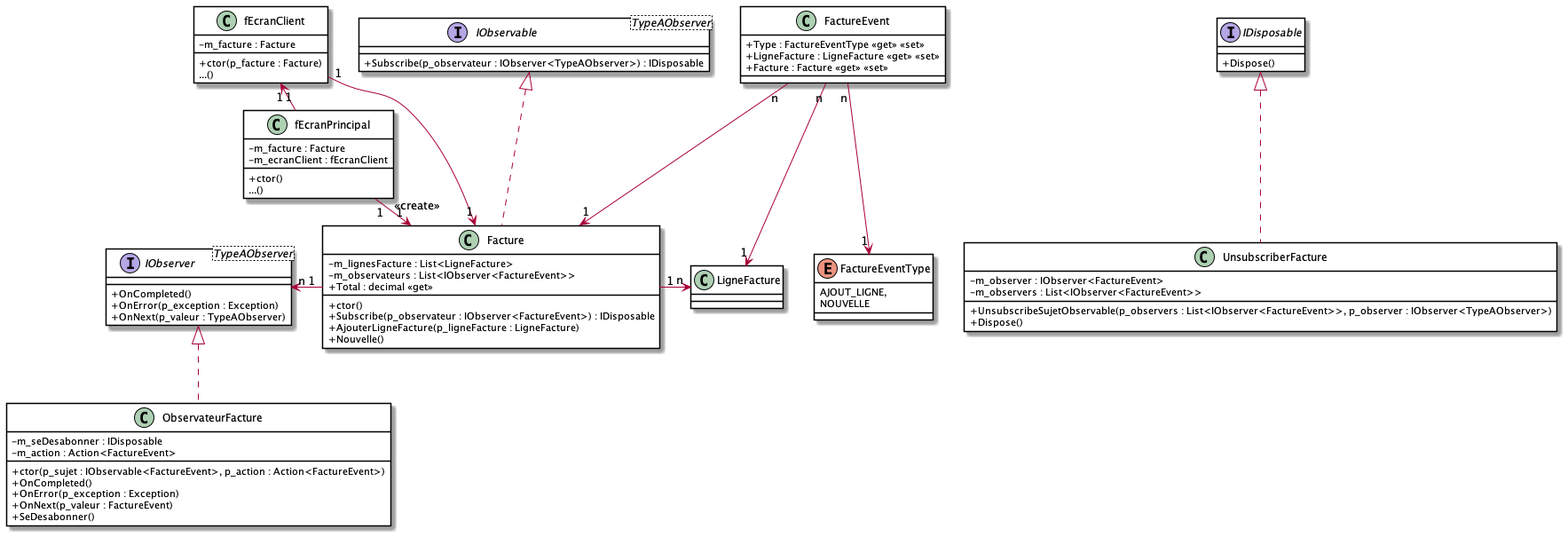
This is images/Module10_Patrons_Conception02/diag/DiagFactureGen/DiagAppFactureGen.png from PiFou86/420-W30-SF, a PlantUML export, as it was before one commit.
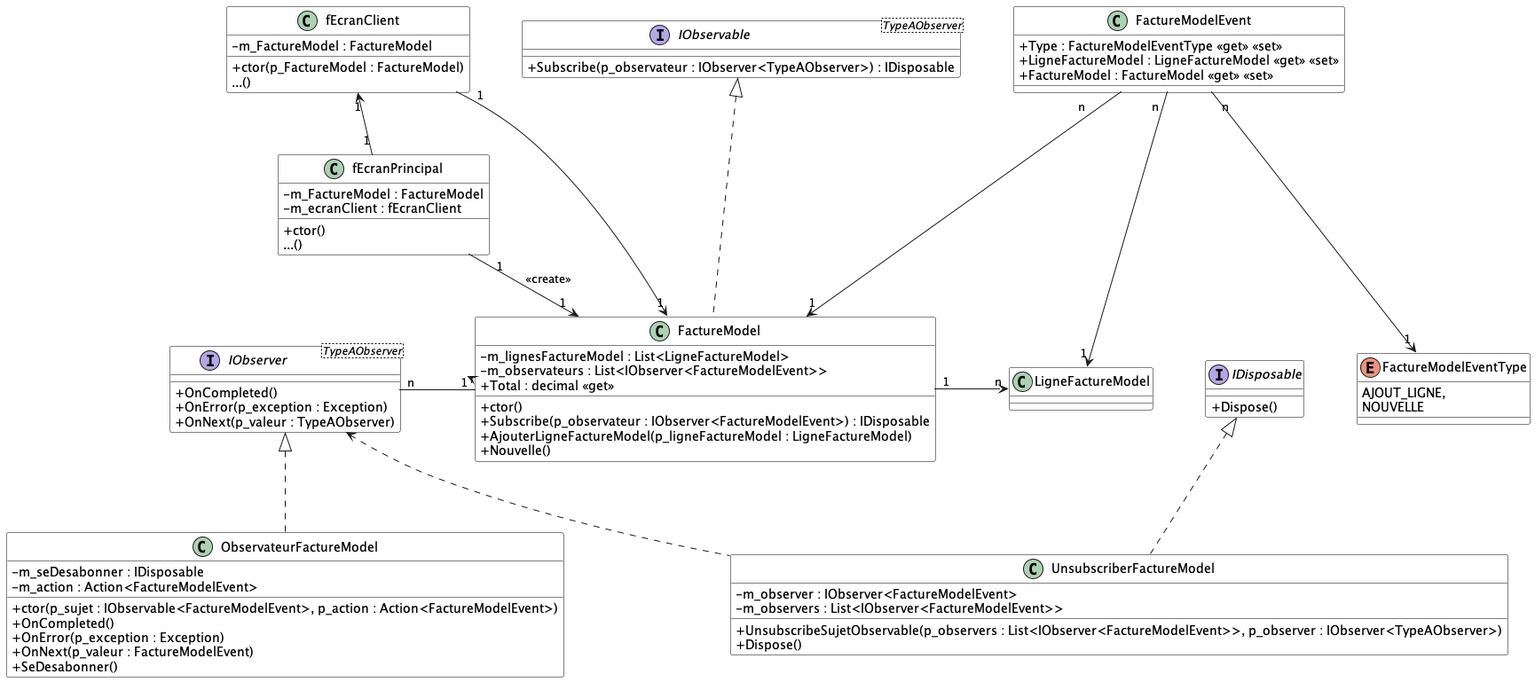
Above is the later version.

Commit message:
MAJ des rendus des images

Diff of the diagram source:
```diff
@@ -20,72 +20,73 @@
     + OnNext(p_valeur : TypeAObserver)
 }
 
-class Facture {
-    - m_lignesFacture : List<LigneFacture>
-    - m_observateurs : List<IObserver<FactureEvent>>
+class FactureModel {
+    - m_lignesFactureModel : List<LigneFactureModel>
+    - m_observateurs : List<IObserver<FactureModelEvent>>
     + Total : decimal <<get>>
     + ctor()
-    + Subscribe(p_observateur : IObserver<FactureEvent>) : IDisposable
-    + AjouterLigneFacture(p_ligneFacture : LigneFacture)
+    + Subscribe(p_observateur : IObserver<FactureModelEvent>) : IDisposable
+    + AjouterLigneFactureModel(p_ligneFactureModel : LigneFactureModel)
     + Nouvelle()
 }
 
 class fEcranPrincipal {
-    - m_facture : Facture
+    - m_FactureModel : FactureModel
     - m_ecranClient : fEcranClient
     + ctor()
     ...()
 }
 
 class fEcranClient {
-    - m_facture : Facture
-    + ctor(p_facture : Facture)
+    - m_FactureModel : FactureModel
+    + ctor(p_FactureModel : FactureModel)
     ...()
 }
 
-class ObservateurFacture {
+class ObservateurFactureModel {
     - m_seDesabonner : IDisposable
-    - m_action : Action<FactureEvent>
-    + ctor(p_sujet : IObservable<FactureEvent>, p_action : Action<FactureEvent>)
+    - m_action : Action<FactureModelEvent>
+    + ctor(p_sujet : IObservable<FactureModelEvent>, p_action : Action<FactureModelEvent>)
     + OnCompleted()
     + OnError(p_exception : Exception)
-    + OnNext(p_valeur : FactureEvent)
+    + OnNext(p_valeur : FactureModelEvent)
     + SeDesabonner()
 }
 
-class UnsubscriberFacture {
-    - m_observer : IObserver<FactureEvent>
-    - m_observers : List<IObserver<FactureEvent>>
-    + UnsubscribeSujetObservable(p_observers : List<IObserver<FactureEvent>>, p_observer : IObserver<TypeAObserver>)
+class UnsubscriberFactureModel {
+    - m_observer : IObserver<FactureModelEvent>
+    - m_observers : List<IObserver<FactureModelEvent>>
+    + UnsubscribeSujetObservable(p_observers : List<IObserver<FactureModelEvent>>, p_observer : IObserver<TypeAObserver>)
     + Dispose()
 }
 
-class FactureEvent {
-    + Type : FactureEventType <<get>> <<set>>
-    + LigneFacture : LigneFacture <<get>> <<set>>
-    + Facture : Facture <<get>> <<set>>
+class FactureModelEvent {
+    + Type : FactureModelEventType <<get>> <<set>>
+    + LigneFactureModel : LigneFactureModel <<get>> <<set>>
+    + FactureModel : FactureModel <<get>> <<set>>
 }
 
-enum FactureEventType {
+enum FactureModelEventType {
     AJOUT_LIGNE,
     NOUVELLE
 }
 
-FactureEvent "n" --> "1" Facture
-FactureEvent "n" --> "1" LigneFacture
-FactureEvent "n" --> "1" FactureEventType
+FactureModelEvent "n" --> "1" FactureModel
+FactureModelEvent "n" --> "1" LigneFactureModel
+FactureModelEvent "n" --> "1" FactureModelEventType
 
-fEcranPrincipal "1" -right-> "1" Facture : <<create>>
+fEcranPrincipal "1" -right-> "1" FactureModel : <<create>>
 fEcranPrincipal "1" -left-> "1" fEcranClient
 
-Facture "1" -left-> "n" IObserver
-Facture "1" -right-> "n" LigneFacture
+FactureModel "1" -left-> "n" IObserver
+FactureModel "1" -right-> "n" LigneFactureModel
 
-fEcranClient "1" --> "1" Facture
+fEcranClient "1" --> "1" FactureModel
 
-IObserver <|.. ObservateurFacture
-IDisposable <|.. UnsubscriberFacture
-IObservable <|.. Facture
+IObserver <|.. ObservateurFactureModel
+IDisposable <|.. UnsubscriberFactureModel
+IObserver <.. UnsubscriberFactureModel
+IObservable <|.. FactureModel
 
 
 @enduml
```
